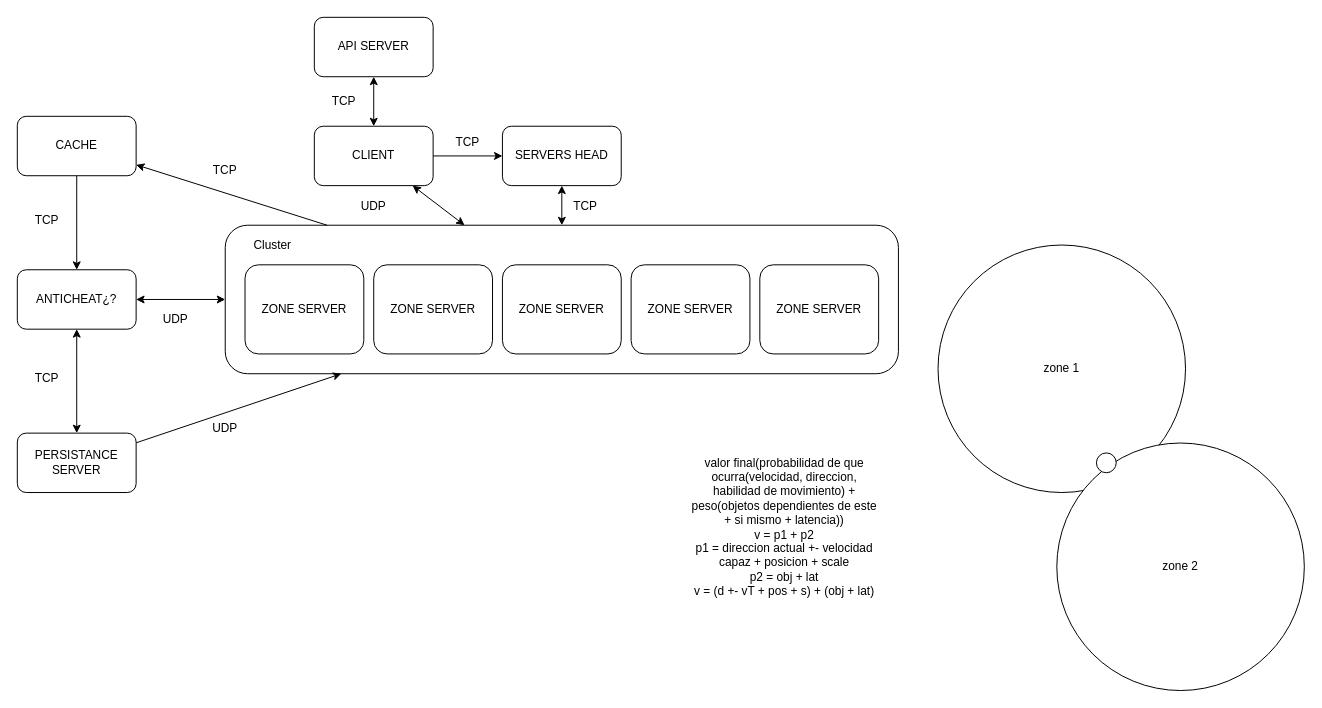
Above: Network Haruka.drawio in Andonigt04/dgs (draw.io), before the change. Source tidied: cells renumbered, new cells numbered last; positions are measured from the earlier drawing's top-left corner, leaving out a move shared by most shapes. Both pictures are drawn from the tidied source at 99%, with x=0, y=0 at pixel (17, 17).
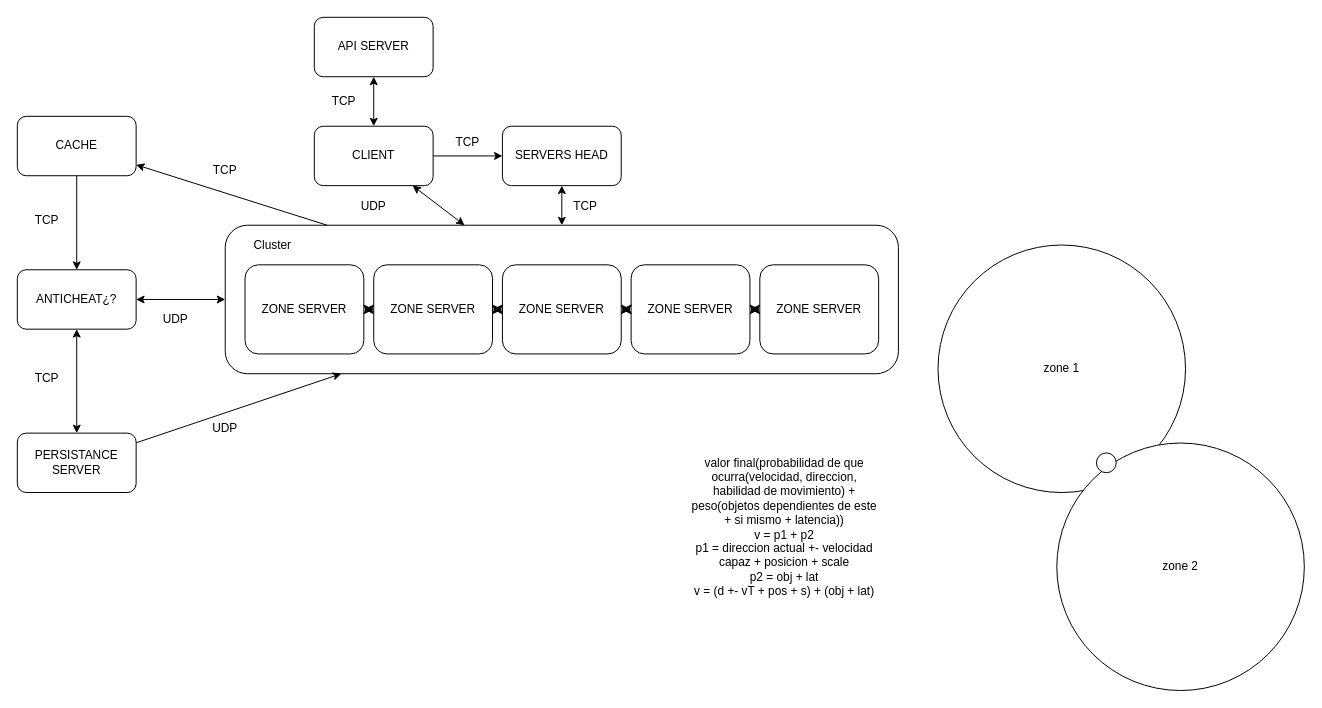
After the change.

The change refers to these unchanged cells:
```xml
<mxCell id="10" value="ZONE SERVER" style="rounded=1;whiteSpace=wrap;html=1;" parent="1" vertex="1">
  <mxGeometry x="750" y="250" width="120" height="90" as="geometry" />
</mxCell>
<mxCell id="11" value="ZONE SERVER" style="rounded=1;whiteSpace=wrap;html=1;" parent="1" vertex="1">
  <mxGeometry x="620" y="250" width="120" height="90" as="geometry" />
</mxCell>
<mxCell id="12" value="ZONE SERVER" style="rounded=1;whiteSpace=wrap;html=1;" parent="1" vertex="1">
  <mxGeometry x="490" y="250" width="120" height="90" as="geometry" />
</mxCell>
<mxCell id="13" value="ZONE SERVER" style="rounded=1;whiteSpace=wrap;html=1;" parent="1" vertex="1">
  <mxGeometry x="360" y="250" width="120" height="90" as="geometry" />
</mxCell>
<mxCell id="14" value="ZONE SERVER" style="rounded=1;whiteSpace=wrap;html=1;" parent="1" vertex="1">
  <mxGeometry x="230" y="250" width="120" height="90" as="geometry" />
</mxCell>
```

What changed in the source:
```diff
@@
+    <mxCell id="37" style="edgeStyle=none;curved=1;rounded=0;jettySize=auto;html=1;fontSize=12;startSize=8;endSize=8;startArrow=classic;startFill=1;" parent="1" edge="1" source="10" target="11">
+      <mxGeometry relative="1" as="geometry" />
+    </mxCell>
@@
+    <mxCell id="38" style="edgeStyle=none;curved=1;rounded=0;jettySize=auto;html=1;fontSize=12;startSize=8;endSize=8;startArrow=classic;startFill=1;" parent="1" edge="1" source="12" target="11">
+      <mxGeometry relative="1" as="geometry" />
+    </mxCell>
@@
+    <mxCell id="39" style="edgeStyle=none;curved=1;rounded=0;jettySize=auto;html=1;fontSize=12;startSize=8;endSize=8;startArrow=classic;startFill=1;" parent="1" edge="1" source="13" target="14">
+      <mxGeometry relative="1" as="geometry" />
+    </mxCell>
+    <mxCell id="40" style="edgeStyle=none;curved=1;rounded=0;jettySize=auto;html=1;fontSize=12;startSize=8;endSize=8;startArrow=classic;startFill=1;" parent="1" edge="1" source="13" target="12">
+      <mxGeometry relative="1" as="geometry" />
+    </mxCell>
```
